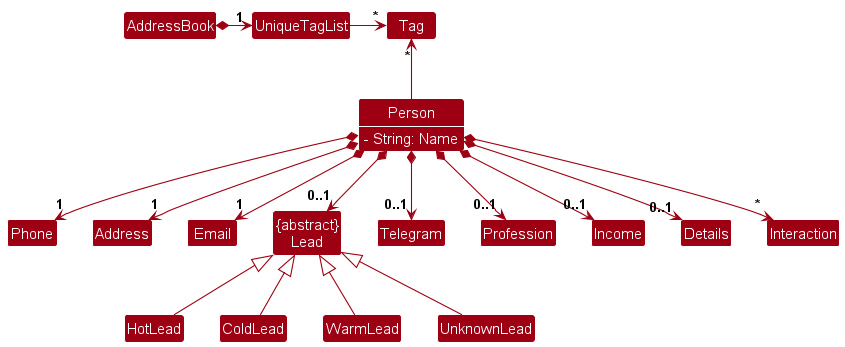
The PlantUML diagram docs/images/BetterModelClassDiagram.png in nus-cs2103-AY2324S1/tp, before a commit.
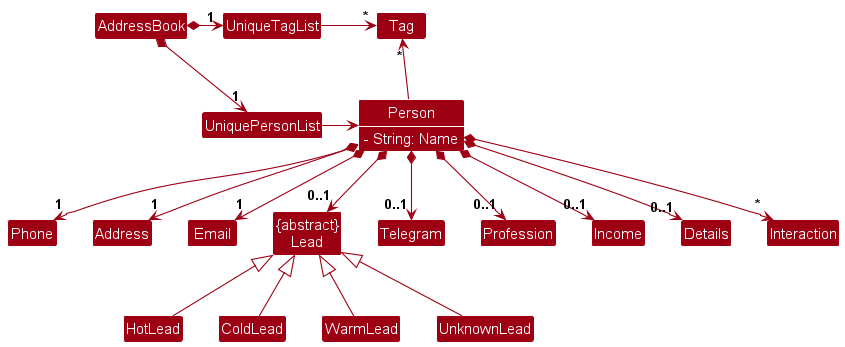
The same diagram one commit later.

The edit, as a diff of the source:
```diff
@@ -4,9 +4,13 @@
 skinparam arrowColor MODEL_COLOR
 skinparam classBackgroundColor MODEL_COLOR
 
+AddressBook *-right-> "1" UniquePersonList
 AddressBook *-right-> "1" UniqueTagList
+UniqueTagList -[hidden]down- UniquePersonList
+UniqueTagList -[hidden]down- UniquePersonList
 
 UniqueTagList -right-> "*" Tag
+UniquePersonList -right-> Person
 
 Class Person {
     <color: #FFFFFF>- String: Name
```
